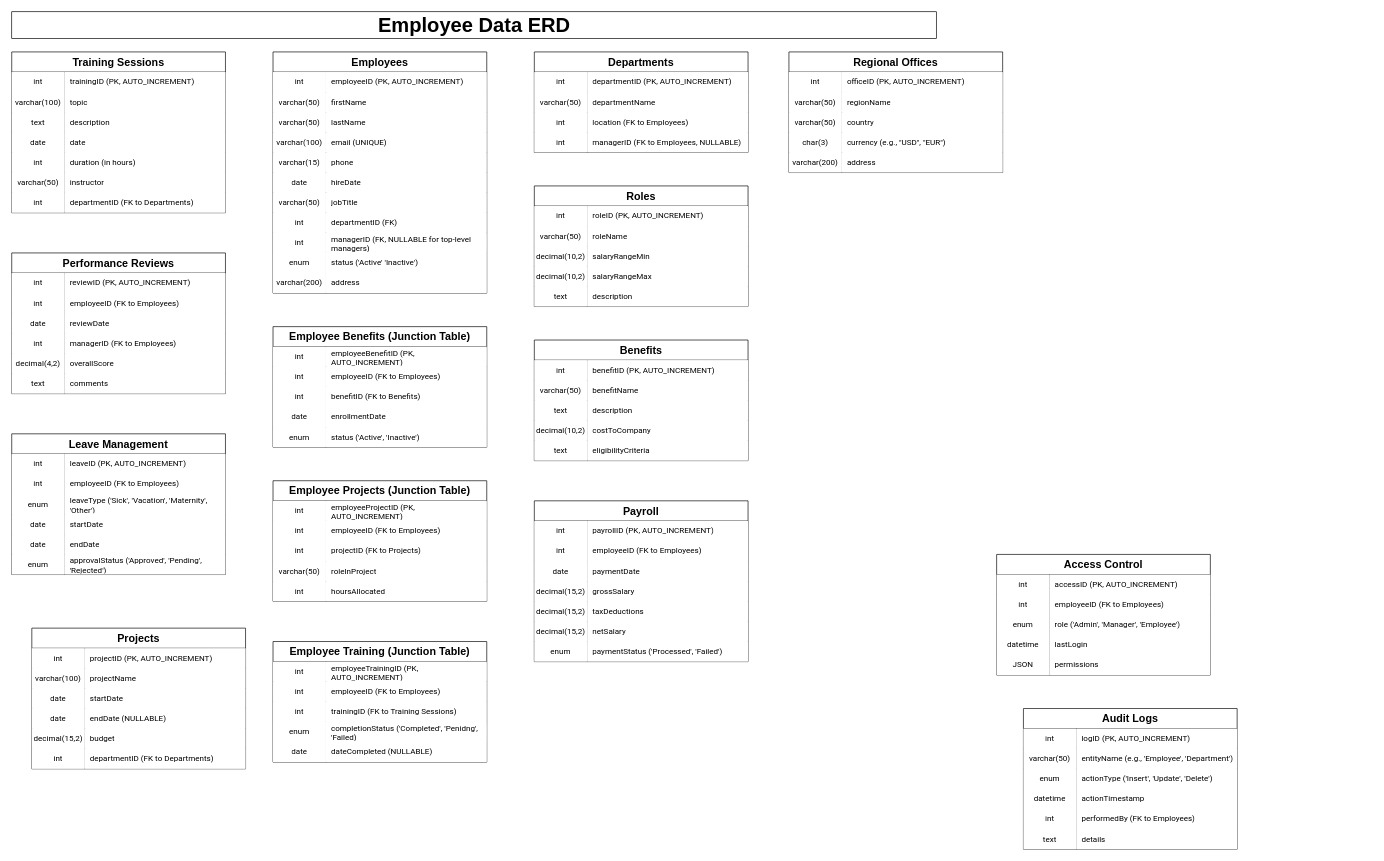
Above: erd-diagram.drawio in HoneyBunny3/employee-data-management (draw.io), before the change. Source tidied: cells renumbered, new cells numbered last; positions are measured from the earlier drawing's top-left corner, leaving out a move shared by most shapes. Both pictures are drawn from the tidied source at 67%, with x=0, y=0 at pixel (11, 11).
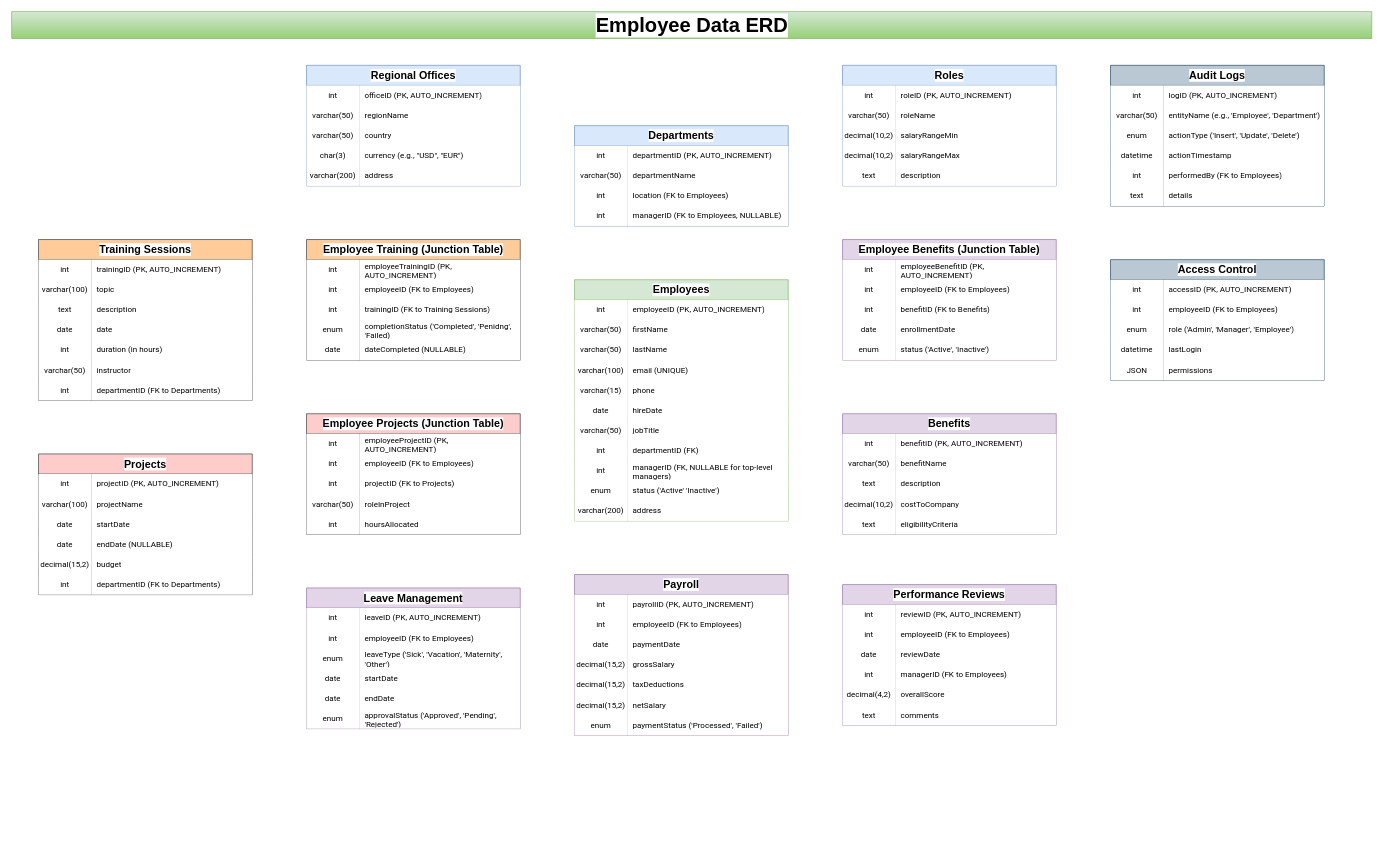
The same page after the edit.

Change to the diagram source:
```diff
@@
-    <mxCell id="2" value="Employee Data ERD" style="text;html=1;fontSize=30;fontStyle=1;verticalAlign=middle;align=center;fillColor=default;strokeColor=default;labelBackgroundColor=default;" parent="1" vertex="1">
-      <mxGeometry width="1380" height="40" as="geometry" />
+    <mxCell id="2" value="Employee Data ERD" style="text;html=1;fontSize=30;fontStyle=1;verticalAlign=middle;align=center;fillColor=#d5e8d4;strokeColor=#82b366;labelBackgroundColor=default;gradientColor=#97d077;" parent="1" vertex="1">
+      <mxGeometry width="2030" height="40" as="geometry" />
     </mxCell>
-    <mxCell id="3" value="Employees" style="shape=table;startSize=30;childLayout=tableLayout;rowLines=0;fontStyle=1;strokeColor=default;fontSize=16;labelBackgroundColor=default;whiteSpace=wrap;" parent="1" vertex="1">
-      <mxGeometry x="390" y="60" width="319" height="360" as="geometry" />
+    <mxCell id="3" value="Employees" style="shape=table;startSize=30;childLayout=tableLayout;rowLines=0;fontStyle=1;strokeColor=#82b366;fontSize=16;labelBackgroundColor=default;whiteSpace=wrap;fillColor=#d5e8d4;" parent="1" vertex="1">
+      <mxGeometry x="840" y="400" width="319" height="360" as="geometry" />
     </mxCell>
@@
-    <mxCell id="37" value="Departments" style="shape=table;startSize=30;childLayout=tableLayout;rowLines=0;fontStyle=1;strokeColor=default;fontSize=16;labelBackgroundColor=default;whiteSpace=wrap;" parent="1" vertex="1">
-      <mxGeometry x="780" y="60" width="319" height="150" as="geometry" />
+    <mxCell id="37" value="Departments" style="shape=table;startSize=30;childLayout=tableLayout;rowLines=0;fontStyle=1;strokeColor=#6c8ebf;fontSize=16;labelBackgroundColor=default;whiteSpace=wrap;fillColor=#dae8fc;" parent="1" vertex="1">
+      <mxGeometry x="840" y="170" width="319" height="150" as="geometry" />
     </mxCell>
@@
-    <mxCell id="50" value="Roles" style="shape=table;startSize=30;childLayout=tableLayout;rowLines=0;fontStyle=1;strokeColor=default;fontSize=16;labelBackgroundColor=default;whiteSpace=wrap;" parent="1" vertex="1">
-      <mxGeometry x="780" y="260" width="319" height="180" as="geometry" />
+    <mxCell id="50" value="Roles" style="shape=table;startSize=30;childLayout=tableLayout;rowLines=0;fontStyle=1;strokeColor=#6c8ebf;fontSize=16;labelBackgroundColor=default;whiteSpace=wrap;fillColor=#dae8fc;" parent="1" vertex="1">
+      <mxGeometry x="1240" y="80" width="319" height="180" as="geometry" />
     </mxCell>
@@
-    <mxCell id="66" value="Regional Offices" style="shape=table;startSize=30;childLayout=tableLayout;rowLines=0;fontStyle=1;strokeColor=default;fontSize=16;labelBackgroundColor=default;whiteSpace=wrap;" parent="1" vertex="1">
-      <mxGeometry x="1160" y="60" width="319" height="180" as="geometry" />
+    <mxCell id="66" value="Regional Offices" style="shape=table;startSize=30;childLayout=tableLayout;rowLines=0;fontStyle=1;strokeColor=#6c8ebf;fontSize=16;labelBackgroundColor=default;whiteSpace=wrap;fillColor=#dae8fc;" parent="1" vertex="1">
+      <mxGeometry x="440" y="80" width="319" height="180" as="geometry" />
     </mxCell>
@@
-    <mxCell id="82" value="Projects" style="shape=table;startSize=30;childLayout=tableLayout;rowLines=0;fontStyle=1;strokeColor=default;fontSize=16;labelBackgroundColor=default;whiteSpace=wrap;" parent="1" vertex="1">
-      <mxGeometry x="30" y="920" width="319" height="210" as="geometry" />
+    <mxCell id="82" value="Projects" style="shape=table;startSize=30;childLayout=tableLayout;rowLines=0;fontStyle=1;strokeColor=#36393d;fontSize=16;labelBackgroundColor=default;whiteSpace=wrap;fillColor=#ffcccc;" parent="1" vertex="1">
+      <mxGeometry x="40" y="660" width="319" height="210" as="geometry" />
     </mxCell>
@@
-    <mxCell id="101" value="Employee Projects (Junction Table)" style="shape=table;startSize=30;childLayout=tableLayout;rowLines=0;fontStyle=1;strokeColor=default;fontSize=16;labelBackgroundColor=default;whiteSpace=wrap;" parent="1" vertex="1">
-      <mxGeometry x="390" y="700" width="319" height="180" as="geometry" />
+    <mxCell id="101" value="Employee Projects (Junction Table)" style="shape=table;startSize=30;childLayout=tableLayout;rowLines=0;fontStyle=1;strokeColor=#36393d;fontSize=16;labelBackgroundColor=default;whiteSpace=wrap;fillColor=#ffcccc;" parent="1" vertex="1">
+      <mxGeometry x="440" y="600" width="319" height="180" as="geometry" />
     </mxCell>
@@
-    <mxCell id="117" value="Training Sessions" style="shape=table;startSize=30;childLayout=tableLayout;rowLines=0;fontStyle=1;strokeColor=default;fontSize=16;labelBackgroundColor=default;whiteSpace=wrap;" parent="1" vertex="1">
-      <mxGeometry y="60" width="319" height="240" as="geometry" />
+    <mxCell id="117" value="Training Sessions" style="shape=table;startSize=30;childLayout=tableLayout;rowLines=0;fontStyle=1;strokeColor=#36393d;fontSize=16;labelBackgroundColor=default;whiteSpace=wrap;fillColor=#ffcc99;" parent="1" vertex="1">
+      <mxGeometry x="40" y="340" width="319" height="240" as="geometry" />
     </mxCell>
@@
-    <mxCell id="139" value="Employee Training (Junction Table)" style="shape=table;startSize=30;childLayout=tableLayout;rowLines=0;fontStyle=1;strokeColor=default;fontSize=16;labelBackgroundColor=default;whiteSpace=wrap;" parent="1" vertex="1">
-      <mxGeometry x="390" y="940" width="319" height="180" as="geometry" />
+    <mxCell id="139" value="Employee Training (Junction Table)" style="shape=table;startSize=30;childLayout=tableLayout;rowLines=0;fontStyle=1;strokeColor=#36393d;fontSize=16;labelBackgroundColor=default;whiteSpace=wrap;fillColor=#ffcc99;" parent="1" vertex="1">
+      <mxGeometry x="440" y="340" width="319" height="180" as="geometry" />
     </mxCell>
@@
-    <mxCell id="155" value="Performance Reviews" style="shape=table;startSize=30;childLayout=tableLayout;rowLines=0;fontStyle=1;strokeColor=default;fontSize=16;labelBackgroundColor=default;whiteSpace=wrap;" parent="1" vertex="1">
-      <mxGeometry y="360" width="319" height="210" as="geometry" />
+    <mxCell id="155" value="Performance Reviews" style="shape=table;startSize=30;childLayout=tableLayout;rowLines=0;fontStyle=1;strokeColor=#9673a6;fontSize=16;labelBackgroundColor=default;whiteSpace=wrap;fillColor=#e1d5e7;" parent="1" vertex="1">
+      <mxGeometry x="1240" y="855" width="319" height="210" as="geometry" />
     </mxCell>
@@
-    <mxCell id="174" value="Leave Management" style="shape=table;startSize=30;childLayout=tableLayout;rowLines=0;fontStyle=1;strokeColor=default;fontSize=16;labelBackgroundColor=default;whiteSpace=wrap;" parent="1" vertex="1">
-      <mxGeometry y="630" width="319" height="210" as="geometry" />
+    <mxCell id="174" value="Leave Management" style="shape=table;startSize=30;childLayout=tableLayout;rowLines=0;fontStyle=1;strokeColor=#9673a6;fontSize=16;labelBackgroundColor=default;whiteSpace=wrap;fillColor=#e1d5e7;" parent="1" vertex="1">
+      <mxGeometry x="440" y="860" width="319" height="210" as="geometry" />
     </mxCell>
@@
-    <mxCell id="193" value="Benefits" style="shape=table;startSize=30;childLayout=tableLayout;rowLines=0;fontStyle=1;strokeColor=default;fontSize=16;labelBackgroundColor=default;whiteSpace=wrap;" parent="1" vertex="1">
-      <mxGeometry x="780" y="490" width="319" height="180" as="geometry" />
+    <mxCell id="193" value="Benefits" style="shape=table;startSize=30;childLayout=tableLayout;rowLines=0;fontStyle=1;strokeColor=#9673a6;fontSize=16;labelBackgroundColor=default;whiteSpace=wrap;fillColor=#e1d5e7;" parent="1" vertex="1">
+      <mxGeometry x="1240" y="600" width="319" height="180" as="geometry" />
     </mxCell>
@@
-    <mxCell id="209" value="Employee Benefits (Junction Table)" style="shape=table;startSize=30;childLayout=tableLayout;rowLines=0;fontStyle=1;strokeColor=default;fontSize=16;labelBackgroundColor=default;whiteSpace=wrap;" parent="1" vertex="1">
-      <mxGeometry x="390" y="470" width="319" height="180" as="geometry" />
+    <mxCell id="209" value="Employee Benefits (Junction Table)" style="shape=table;startSize=30;childLayout=tableLayout;rowLines=0;fontStyle=1;strokeColor=#9673a6;fontSize=16;labelBackgroundColor=default;whiteSpace=wrap;fillColor=#e1d5e7;" parent="1" vertex="1">
+      <mxGeometry x="1240" y="340" width="319" height="180" as="geometry" />
     </mxCell>
@@
-    <mxCell id="225" value="Payroll" style="shape=table;startSize=30;childLayout=tableLayout;rowLines=0;fontStyle=1;strokeColor=default;fontSize=16;labelBackgroundColor=default;whiteSpace=wrap;" parent="1" vertex="1">
-      <mxGeometry x="780" y="730" width="319" height="240" as="geometry" />
+    <mxCell id="225" value="Payroll" style="shape=table;startSize=30;childLayout=tableLayout;rowLines=0;fontStyle=1;strokeColor=#9673a6;fontSize=16;labelBackgroundColor=default;whiteSpace=wrap;fillColor=#e1d5e7;" parent="1" vertex="1">
+      <mxGeometry x="840" y="840" width="319" height="240" as="geometry" />
     </mxCell>
@@
-    <mxCell id="247" value="Access Control" style="shape=table;startSize=30;childLayout=tableLayout;rowLines=0;fontStyle=1;strokeColor=default;fontSize=16;labelBackgroundColor=default;whiteSpace=wrap;" parent="1" vertex="1">
-      <mxGeometry x="1470" y="810" width="319" height="180" as="geometry" />
+    <mxCell id="247" value="Access Control" style="shape=table;startSize=30;childLayout=tableLayout;rowLines=0;fontStyle=1;strokeColor=#23445d;fontSize=16;labelBackgroundColor=default;whiteSpace=wrap;fillColor=#bac8d3;" parent="1" vertex="1">
+      <mxGeometry x="1640" y="370" width="319" height="180" as="geometry" />
     </mxCell>
@@
-    <mxCell id="263" value="Audit Logs" style="shape=table;startSize=30;childLayout=tableLayout;rowLines=0;fontStyle=1;strokeColor=default;fontSize=16;labelBackgroundColor=default;whiteSpace=wrap;" parent="1" vertex="1">
-      <mxGeometry x="1510" y="1040" width="319" height="210" as="geometry" />
+    <mxCell id="263" value="Audit Logs" style="shape=table;startSize=30;childLayout=tableLayout;rowLines=0;fontStyle=1;fontSize=16;labelBackgroundColor=default;whiteSpace=wrap;fillColor=#bac8d3;strokeColor=#23445d;" parent="1" vertex="1">
+      <mxGeometry x="1640" y="80" width="319" height="210" as="geometry" />
     </mxCell>
```
